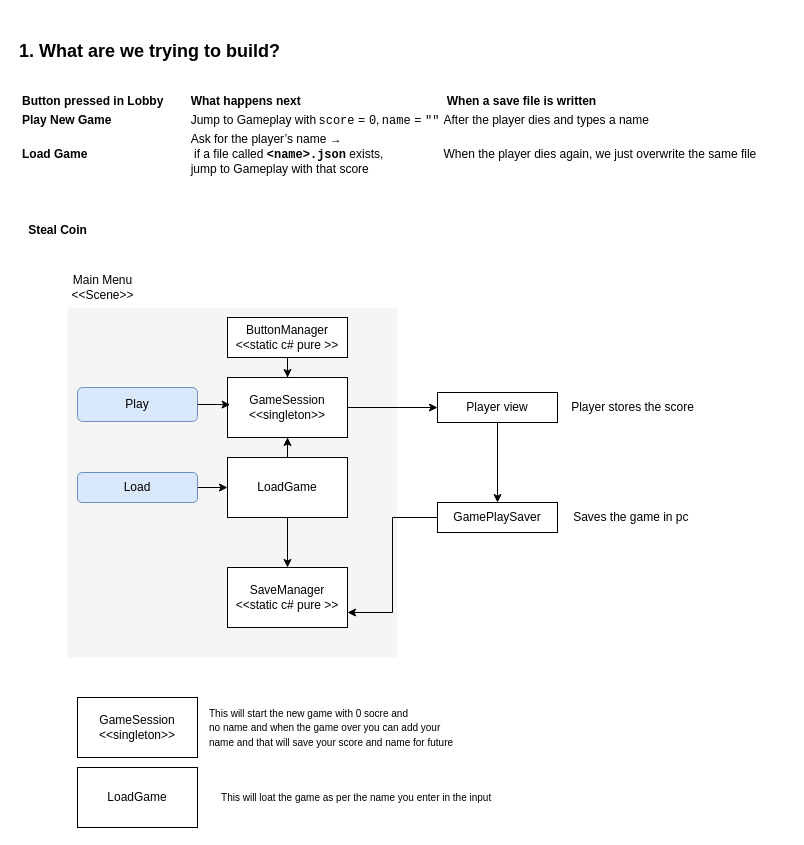
Above: User flow and UML/Save and load(Stead Coins) UML.drawio in Bhusan1225/Json_StealCoin (draw.io), before the change. Source tidied: cells renumbered, new cells numbered last; positions are measured from the earlier drawing's top-left corner, leaving out a move shared by most shapes. Both pictures are drawn from the tidied source at 100%, with x=0, y=0 at pixel (17, 17).
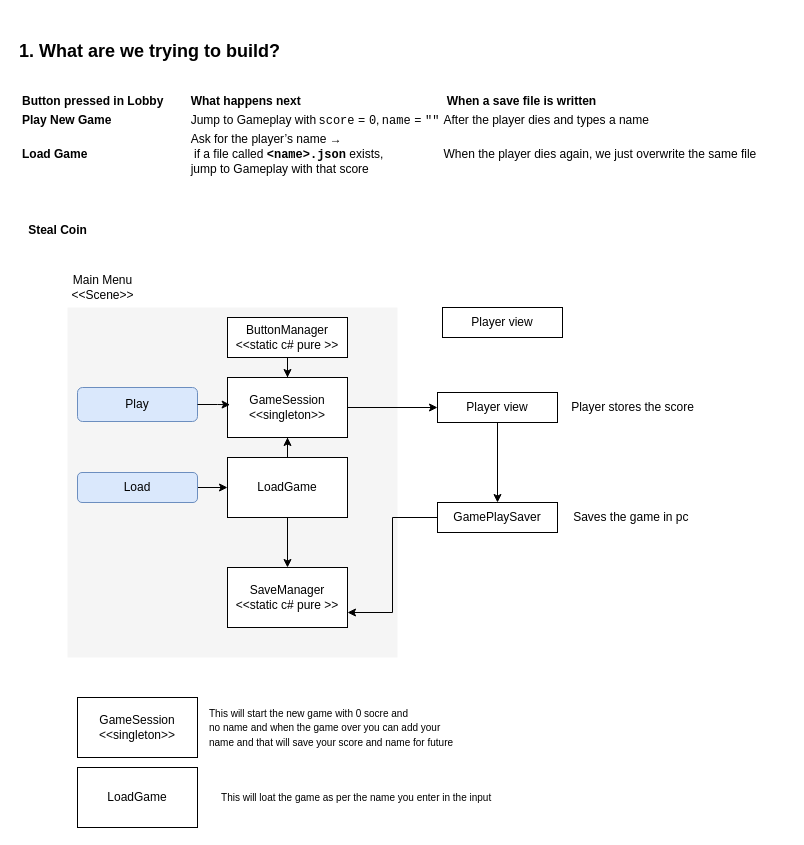
Above is the later version.

Change to the diagram source:
```diff
@@
+    <mxCell id="28" value="Player view" style="rounded=0;whiteSpace=wrap;html=1;" parent="1" vertex="1">
+      <mxGeometry x="425" y="290" width="120" height="30" as="geometry" />
+    </mxCell>
```
